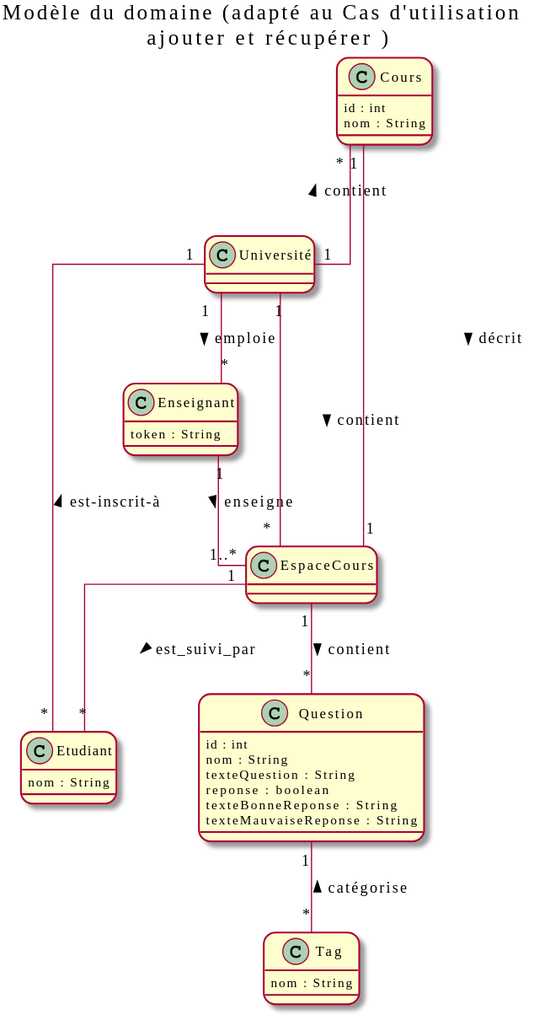
Above: out/docs/modeles/mdd/MDD.svg in nerdz88/SGA-TS (PlantUML), before the change.
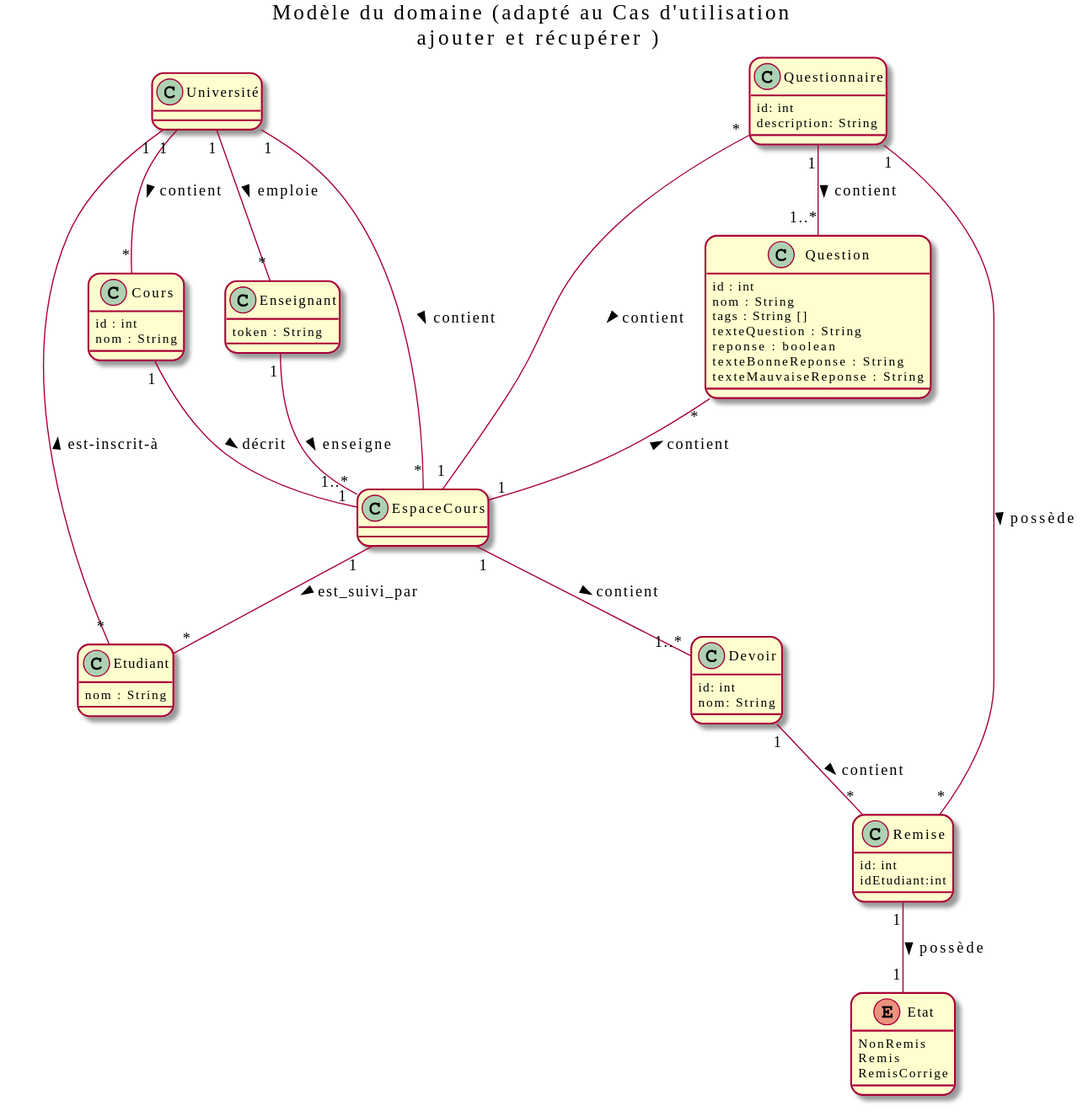
The same file after the commit.

Diff of the diagram source:
```diff
@@ -1,7 +1,6 @@
 @startuml
 skinparam defaultfontname Verdana
 skinparam RoundCorner 20
-skinparam linetype ortho
 
 title Modèle du domaine (adapté au Cas d'utilisation \n ajouter et récupérer )
 
@@ -19,29 +18,51 @@
     nom : String
 }
 
-class Tag{
-    nom : String
+class Devoir{
+    id: int
+    nom: String
+}
+
+class Remise{
+    id: int
+    idEtudiant:int
+}
+
+enum Etat{
+    NonRemis
+    Remis
+    RemisCorrige
 }
 
 class Question{
     id : int
     nom : String
+    tags : String []
     texteQuestion : String
     reponse : boolean
     texteBonneReponse : String
     texteMauvaiseReponse : String
 }
 
+class Questionnaire{
+    id: int
+    description: String
+}
+
 class EspaceCours{
 }
-
+Devoir "1"--"*" Remise : contient >
+Remise"1"--"1" Etat : possède >
+EspaceCours "1"--"1..*" Devoir: contient >
 Enseignant "1"--"1..*" EspaceCours : enseigne >
 Université "1"--"*" Enseignant : emploie >
 Cours "1"-- "1" EspaceCours : décrit >
-Université "1"-up-"*" Cours : contient >
+Université "1"--"*" Cours : contient >
 EspaceCours "1"-- "*"Etudiant : est_suivi_par >
-Question "1" -- "*"Tag : < catégorise
+Questionnaire "1"--"1..*" Question : contient >
+Questionnaire"1"--"*" Remise : possède >
 Université "1"--"*" EspaceCours : contient >
-Université "1"-right-"*" Etudiant : est-inscrit-à <
-Question "*"-up-"1" EspaceCours : contient <
+Université "1"--"*" Etudiant : est-inscrit-à <
+Question "*"--"1" EspaceCours : contient <
+Questionnaire "*"--"1" EspaceCours : contient >
 @enduml
```
